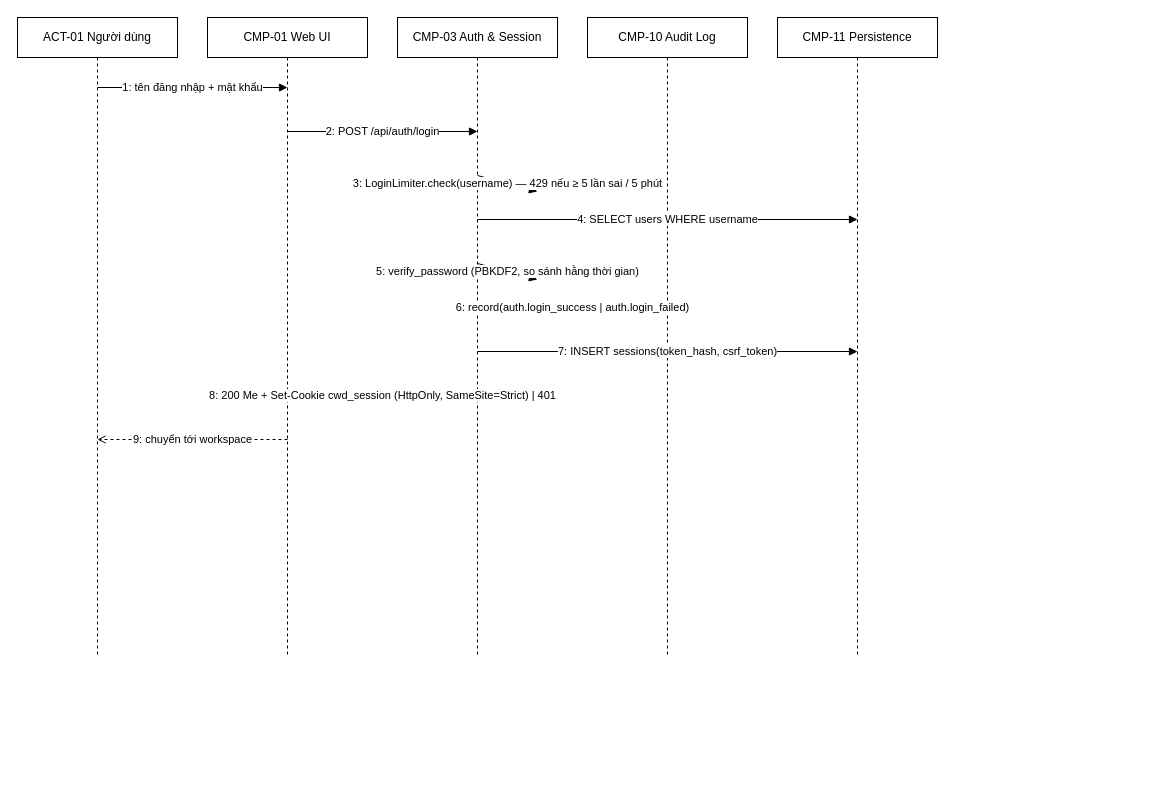
Above: page "Đăng nhập" (2 of 2) of docs/04-design/diagrams/sequence_diagram.drawio in minhtrungle/SDLC-AI-Project (draw.io), before the change. Source tidied: cells renumbered, new cells numbered last; positions are measured from the earlier drawing's top-left corner, leaving out a move shared by most shapes. Both pictures are drawn from the tidied source at 100%, with x=0, y=0 at pixel (17, 17).
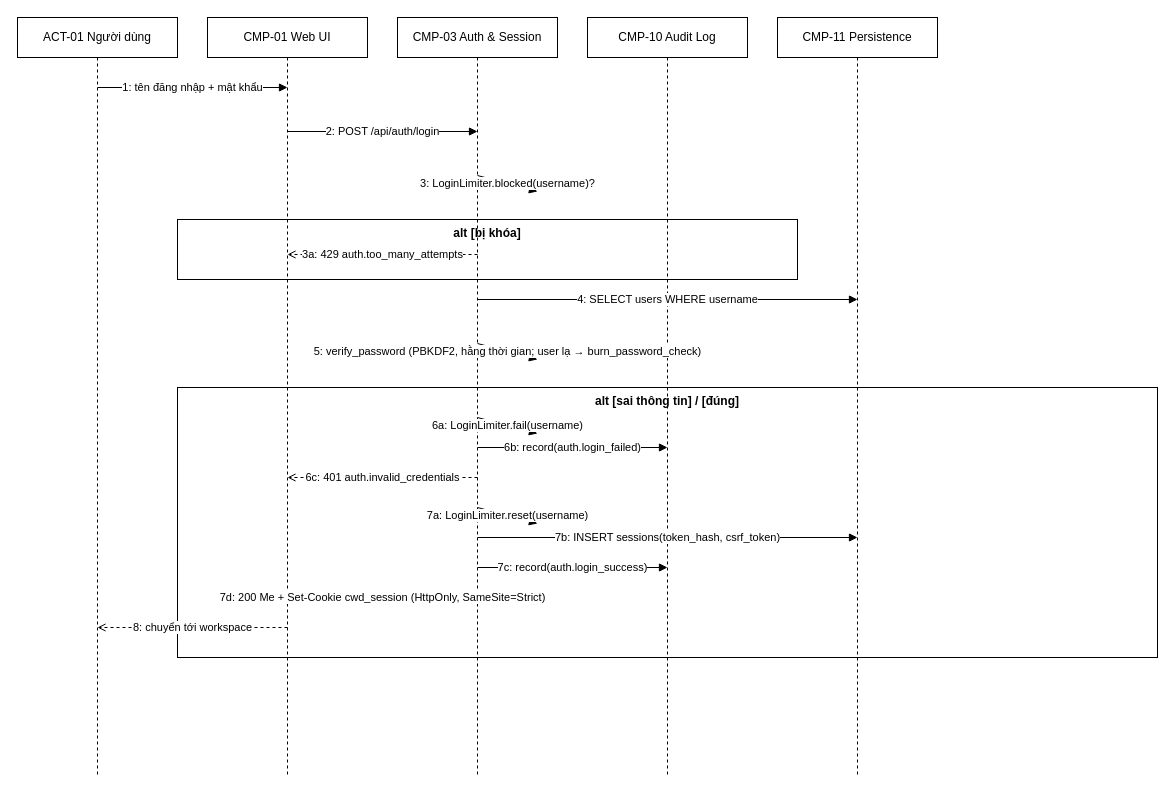
After the change.

What changed in the source:
```diff
@@
     <mxCell id="2" value="ACT-01 Người dùng" style="shape=umlLifeline;perimeter=lifelinePerimeter;whiteSpace=wrap;html=1;size=40;" parent="1" vertex="1">
-      <mxGeometry width="160" height="640" as="geometry" />
+      <mxGeometry width="160" height="760" as="geometry" />
     </mxCell>
     <mxCell id="3" value="CMP-01 Web UI" style="shape=umlLifeline;perimeter=lifelinePerimeter;whiteSpace=wrap;html=1;size=40;" parent="1" vertex="1">
-      <mxGeometry x="190" width="160" height="640" as="geometry" />
+      <mxGeometry x="190" width="160" height="760" as="geometry" />
     </mxCell>
     <mxCell id="4" value="CMP-03 Auth &amp; Session" style="shape=umlLifeline;perimeter=lifelinePerimeter;whiteSpace=wrap;html=1;size=40;" parent="1" vertex="1">
-      <mxGeometry x="380" width="160" height="640" as="geometry" />
+      <mxGeometry x="380" width="160" height="760" as="geometry" />
     </mxCell>
     <mxCell id="5" value="CMP-10 Audit Log" style="shape=umlLifeline;perimeter=lifelinePerimeter;whiteSpace=wrap;html=1;size=40;" parent="1" vertex="1">
-      <mxGeometry x="570" width="160" height="640" as="geometry" />
+      <mxGeometry x="570" width="160" height="760" as="geometry" />
     </mxCell>
     <mxCell id="6" value="CMP-11 Persistence" style="shape=umlLifeline;perimeter=lifelinePerimeter;whiteSpace=wrap;html=1;size=40;" parent="1" vertex="1">
-      <mxGeometry x="760" width="160" height="640" as="geometry" />
+      <mxGeometry x="760" width="160" height="760" as="geometry" />
     </mxCell>
@@
-    <mxCell id="9" value="3: LoginLimiter.check(username) — 429 nếu ≥ 5 lần sai / 5 phút" style="endArrow=block;endFill=1;html=1;" parent="1" edge="1">
+    <mxCell id="9" value="3: LoginLimiter.blocked(username)?" style="endArrow=block;endFill=1;html=1;" parent="1" edge="1">
       <mxGeometry relative="1" as="geometry">
         <mxPoint x="460" y="158" as="sourcePoint" />
         <mxPoint x="520" y="174" as="targetPoint" />
       </mxGeometry>
     </mxCell>
-    <mxCell id="10" value="4: SELECT users WHERE username" style="endArrow=block;endFill=1;html=1;" parent="1" edge="1">
-      <mxGeometry relative="1" as="geometry">
-        <mxPoint x="460" y="202" as="sourcePoint" />
-        <mxPoint x="840" y="202" as="targetPoint" />
-      </mxGeometry>
+    <mxCell id="10" value="alt [bị khóa]" style="rounded=0;whiteSpace=wrap;html=1;verticalAlign=top;fontStyle=1;fillColor=none;" parent="1" vertex="1">
+      <mxGeometry x="160" y="202" width="620" height="60" as="geometry" />
     </mxCell>
-    <mxCell id="11" value="5: verify_password (PBKDF2, so sánh hằng thời gian)" style="endArrow=block;endFill=1;html=1;" parent="1" edge="1">
+    <mxCell id="11" value="3a: 429 auth.too_many_attempts" style="endArrow=open;dashed=1;html=1;" parent="1" edge="1">
       <mxGeometry relative="1" as="geometry">
-        <mxPoint x="460" y="246" as="sourcePoint" />
-        <mxPoint x="520" y="262" as="targetPoint" />
+        <mxPoint x="460" y="237" as="sourcePoint" />
+        <mxPoint x="270" y="237" as="targetPoint" />
       </mxGeometry>
     </mxCell>
-    <mxCell id="12" value="6: record(auth.login_success | auth.login_failed)" style="endArrow=block;endFill=1;html=1;" parent="1" edge="1">
+    <mxCell id="12" value="4: SELECT users WHERE username" style="endArrow=block;endFill=1;html=1;" parent="1" edge="1">
       <mxGeometry relative="1" as="geometry">
-        <mxPoint x="460" y="290" as="sourcePoint" />
-        <mxPoint x="650" y="290" as="targetPoint" />
+        <mxPoint x="460" y="282" as="sourcePoint" />
+        <mxPoint x="840" y="282" as="targetPoint" />
       </mxGeometry>
     </mxCell>
-    <mxCell id="13" value="7: INSERT sessions(token_hash, csrf_token)" style="endArrow=block;endFill=1;html=1;" parent="1" edge="1">
+    <mxCell id="13" value="5: verify_password (PBKDF2, hằng thời gian; user lạ → burn_password_check)" style="endArrow=block;endFill=1;html=1;" parent="1" edge="1">
       <mxGeometry relative="1" as="geometry">
-        <mxPoint x="460" y="334" as="sourcePoint" />
-        <mxPoint x="840" y="334" as="targetPoint" />
+        <mxPoint x="460" y="326" as="sourcePoint" />
+        <mxPoint x="520" y="342" as="targetPoint" />
       </mxGeometry>
     </mxCell>
-    <mxCell id="14" value="8: 200 Me + Set-Cookie cwd_session (HttpOnly, SameSite=Strict) | 401" style="endArrow=open;dashed=1;html=1;" parent="1" edge="1">
-      <mxGeometry relative="1" as="geometry">
-        <mxPoint x="460" y="378" as="sourcePoint" />
-        <mxPoint x="270" y="378" as="targetPoint" />
-      </mxGeometry>
+    <mxCell id="14" value="alt [sai thông tin] / [đúng]" style="rounded=0;whiteSpace=wrap;html=1;verticalAlign=top;fontStyle=1;fillColor=none;" parent="1" vertex="1">
+      <mxGeometry x="160" y="370" width="980" height="270" as="geometry" />
     </mxCell>
-    <mxCell id="15" value="9: chuyển tới workspace" style="endArrow=open;dashed=1;html=1;" parent="1" edge="1">
+    <mxCell id="15" value="6a: LoginLimiter.fail(username)" style="endArrow=block;endFill=1;html=1;" parent="1" edge="1">
       <mxGeometry relative="1" as="geometry">
-        <mxPoint x="270" y="422" as="sourcePoint" />
-        <mxPoint x="80" y="422" as="targetPoint" />
+        <mxPoint x="460" y="400" as="sourcePoint" />
+        <mxPoint x="520" y="416" as="targetPoint" />
       </mxGeometry>
     </mxCell>
+    <mxCell id="16" value="6b: record(auth.login_failed)" style="endArrow=block;endFill=1;html=1;" parent="1" edge="1">
+      <mxGeometry relative="1" as="geometry">
+        <mxPoint x="460" y="430" as="sourcePoint" />
+        <mxPoint x="650" y="430" as="targetPoint" />
+      </mxGeometry>
+    </mxCell>
+    <mxCell id="17" value="6c: 401 auth.invalid_credentials" style="endArrow=open;dashed=1;html=1;" parent="1" edge="1">
+      <mxGeometry relative="1" as="geometry">
+        <mxPoint x="460" y="460" as="sourcePoint" />
+        <mxPoint x="270" y="460" as="targetPoint" />
+      </mxGeometry>
+    </mxCell>
+    <mxCell id="18" value="7a: LoginLimiter.reset(username)" style="endArrow=block;endFill=1;html=1;" parent="1" edge="1">
+      <mxGeometry relative="1" as="geometry">
+        <mxPoint x="460" y="490" as="sourcePoint" />
+        <mxPoint x="520" y="506" as="targetPoint" />
+      </mxGeometry>
+    </mxCell>
+    <mxCell id="19" value="7b: INSERT sessions(token_hash, csrf_token)" style="endArrow=block;endFill=1;html=1;" parent="1" edge="1">
+      <mxGeometry relative="1" as="geometry">
+        <mxPoint x="460" y="520" as="sourcePoint" />
+        <mxPoint x="840" y="520" as="targetPoint" />
+      </mxGeometry>
+    </mxCell>
+    <mxCell id="20" value="7c: record(auth.login_success)" style="endArrow=block;endFill=1;html=1;" parent="1" edge="1">
+      <mxGeometry relative="1" as="geometry">
+        <mxPoint x="460" y="550" as="sourcePoint" />
+        <mxPoint x="650" y="550" as="targetPoint" />
+      </mxGeometry>
+    </mxCell>
+    <mxCell id="21" value="7d: 200 Me + Set-Cookie cwd_session (HttpOnly, SameSite=Strict)" style="endArrow=open;dashed=1;html=1;" parent="1" edge="1">
+      <mxGeometry relative="1" as="geometry">
+        <mxPoint x="460" y="580" as="sourcePoint" />
+        <mxPoint x="270" y="580" as="targetPoint" />
+      </mxGeometry>
+    </mxCell>
+    <mxCell id="22" value="8: chuyển tới workspace" style="endArrow=open;dashed=1;html=1;" parent="1" edge="1">
+      <mxGeometry relative="1" as="geometry">
+        <mxPoint x="270" y="610" as="sourcePoint" />
+        <mxPoint x="80" y="610" as="targetPoint" />
+      </mxGeometry>
+    </mxCell>
```
